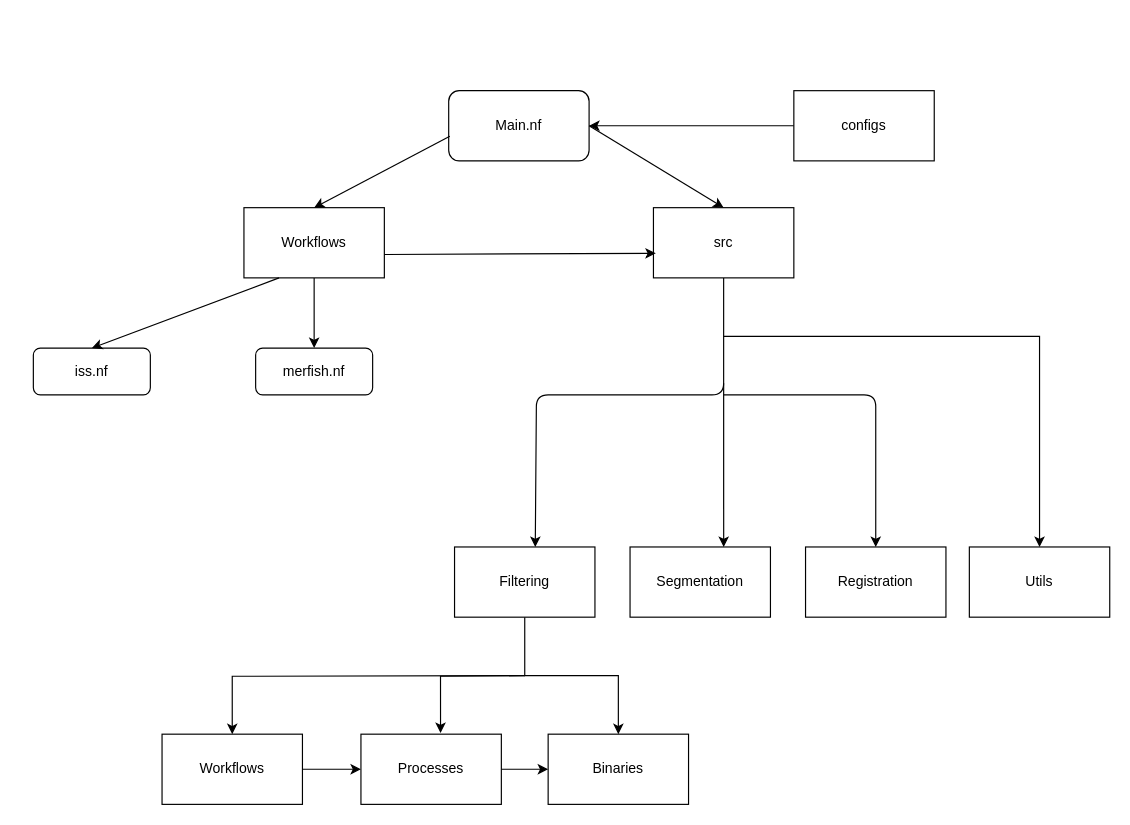
Above: assets/pipeline_architecture.drawio in sifrimlab/ST-nextflow-pipeline (draw.io), before the change. Source tidied: cells renumbered, new cells numbered last; positions are measured from the earlier drawing's top-left corner, leaving out a move shared by most shapes. Both pictures are drawn from the tidied source at 117%, with x=0, y=0 at pixel (33, 90).
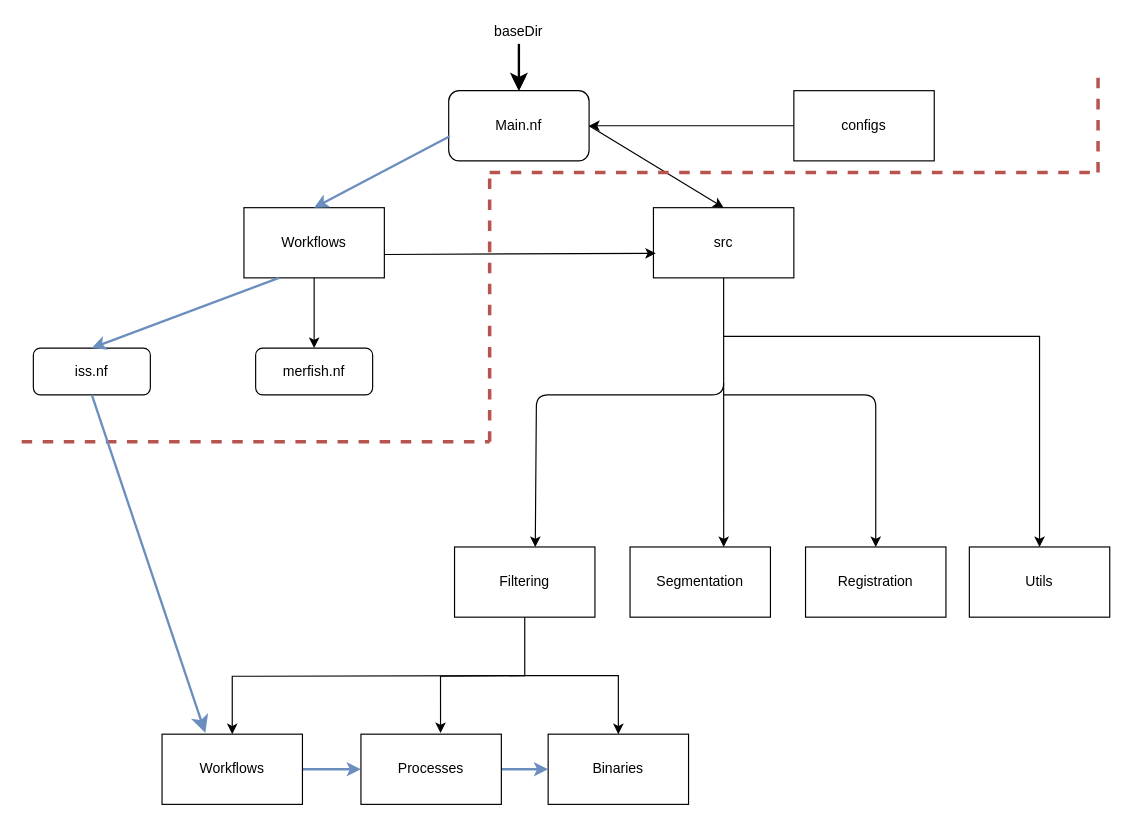
Above is the later version.

Unchanged cells that the change refers to:
```xml
<mxCell id="3" value="Workflows" style="rounded=0;whiteSpace=wrap;html=1;" parent="1" vertex="1">
  <mxGeometry x="180" y="100" width="120" height="60" as="geometry" />
</mxCell>
<mxCell id="6" value="Main.nf" style="rounded=1;whiteSpace=wrap;html=1;" parent="1" vertex="1">
  <mxGeometry x="355" width="120" height="60" as="geometry" />
</mxCell>
<mxCell id="7" value="iss.nf" style="rounded=1;whiteSpace=wrap;html=1;" parent="1" vertex="1">
  <mxGeometry y="220" width="100" height="40" as="geometry" />
</mxCell>
<mxCell id="21" value="Binaries" style="rounded=0;whiteSpace=wrap;html=1;" parent="1" vertex="1">
  <mxGeometry x="440" y="550" width="120" height="60" as="geometry" />
</mxCell>
<mxCell id="23" value="Workflows" style="rounded=0;whiteSpace=wrap;html=1;" parent="1" vertex="1">
  <mxGeometry x="110" y="550" width="120" height="60" as="geometry" />
</mxCell>
<mxCell id="25" value="Processes" style="whiteSpace=wrap;html=1;rounded=0;" parent="1" vertex="1">
  <mxGeometry x="280" y="550" width="120" height="60" as="geometry" />
</mxCell>
```

Diff of the diagram source:
```diff
@@
-    <mxCell id="9" style="endArrow=classic;html=1;entryX=0.5;entryY=0;entryDx=0;entryDy=0;exitX=0.25;exitY=1;exitDx=0;exitDy=0;" parent="1" edge="1" source="3" target="7">
+    <mxCell id="9" style="endArrow=classic;html=1;entryX=0.5;entryY=0;entryDx=0;entryDy=0;exitX=0.25;exitY=1;exitDx=0;exitDy=0;fillColor=#dae8fc;strokeColor=#6c8ebf;strokeWidth=2;" parent="1" edge="1" source="3" target="7">
       <mxGeometry relative="1" as="geometry" />
     </mxCell>
-    <mxCell id="10" style="endArrow=classic;html=1;entryX=0.5;entryY=0;entryDx=0;entryDy=0;exitX=0.008;exitY=0.65;exitDx=0;exitDy=0;exitPerimeter=0;" parent="1" edge="1" source="6" target="3">
+    <mxCell id="10" style="endArrow=classic;html=1;entryX=0.5;entryY=0;entryDx=0;entryDy=0;exitX=0.008;exitY=0.65;exitDx=0;exitDy=0;exitPerimeter=0;fillColor=#dae8fc;strokeColor=#6c8ebf;strokeWidth=2;" parent="1" edge="1" source="6" target="3">
       <mxGeometry relative="1" as="geometry" />
     </mxCell>
@@
-    <mxCell id="22" style="edgeStyle=orthogonalEdgeStyle;rounded=0;jettySize=auto;html=1;" parent="1" edge="1" source="23" target="25">
+    <mxCell id="22" style="edgeStyle=orthogonalEdgeStyle;rounded=1;jettySize=auto;html=1;strokeWidth=2;fillColor=#dae8fc;strokeColor=#6c8ebf;" parent="1" edge="1" source="23" target="25">
       <mxGeometry relative="1" as="geometry" />
     </mxCell>
@@
-    <mxCell id="24" style="edgeStyle=orthogonalEdgeStyle;rounded=0;jettySize=auto;html=1;" parent="1" edge="1" source="25" target="21">
+    <mxCell id="24" style="edgeStyle=orthogonalEdgeStyle;rounded=1;jettySize=auto;html=1;strokeWidth=2;fillColor=#dae8fc;strokeColor=#6c8ebf;" parent="1" edge="1" source="25" target="21">
       <mxGeometry relative="1" as="geometry" />
     </mxCell>
@@
+    <mxCell id="30" style="endArrow=none;dashed=1;html=1;strokeWidth=3;fillColor=#f8cecc;strokeColor=#b85450;" parent="1" edge="1">
+      <mxGeometry relative="1" as="geometry">
+        <mxPoint x="-10" y="300" as="sourcePoint" />
+        <mxPoint x="390" y="300" as="targetPoint" />
+      </mxGeometry>
+    </mxCell>
+    <mxCell id="31" style="endArrow=none;dashed=1;html=1;strokeWidth=3;fillColor=#f8cecc;strokeColor=#b85450;" parent="1" edge="1">
+      <mxGeometry relative="1" as="geometry">
+        <mxPoint x="390" y="300" as="sourcePoint" />
+        <mxPoint x="390" y="70" as="targetPoint" />
+      </mxGeometry>
+    </mxCell>
+    <mxCell id="32" style="endArrow=none;dashed=1;html=1;strokeWidth=3;fillColor=#f8cecc;strokeColor=#b85450;" parent="1" edge="1">
+      <mxGeometry relative="1" as="geometry">
+        <mxPoint x="390" y="70" as="sourcePoint" />
+        <mxPoint x="910" y="70" as="targetPoint" />
+      </mxGeometry>
+    </mxCell>
+    <mxCell id="33" style="endArrow=none;dashed=1;html=1;strokeWidth=3;fillColor=#f8cecc;strokeColor=#b85450;" parent="1" edge="1">
+      <mxGeometry relative="1" as="geometry">
+        <mxPoint x="910" y="70" as="sourcePoint" />
+        <mxPoint x="910" y="-20" as="targetPoint" />
+      </mxGeometry>
+    </mxCell>
+    <mxCell id="34" style="endArrow=classic;html=1;endSize=9;strokeWidth=2;entryX=0.308;entryY=-0.017;entryDx=0;entryDy=0;entryPerimeter=0;exitX=0.5;exitY=1;exitDx=0;exitDy=0;fillColor=#dae8fc;strokeColor=#6c8ebf;" parent="1" edge="1" source="7" target="23">
+      <mxGeometry relative="1" as="geometry" />
+    </mxCell>
+    <mxCell id="35" style="edgeStyle=orthogonalEdgeStyle;rounded=1;jettySize=auto;html=1;endSize=9;strokeWidth=2;" parent="1" edge="1" source="37" target="6">
+      <mxGeometry relative="1" as="geometry" />
+    </mxCell>
+    <mxCell id="36" style="edgeStyle=orthogonalEdgeStyle;rounded=1;jettySize=auto;html=1;endSize=9;strokeWidth=1;" parent="1" edge="1" source="37" target="6">
+      <mxGeometry relative="1" as="geometry" />
+    </mxCell>
+    <mxCell id="37" value="baseDir" style="text;html=1;strokeColor=none;fillColor=none;align=center;verticalAlign=middle;whiteSpace=wrap;rounded=0;" parent="1" vertex="1">
+      <mxGeometry x="395" y="-60" width="40" height="20" as="geometry" />
+    </mxCell>
```
